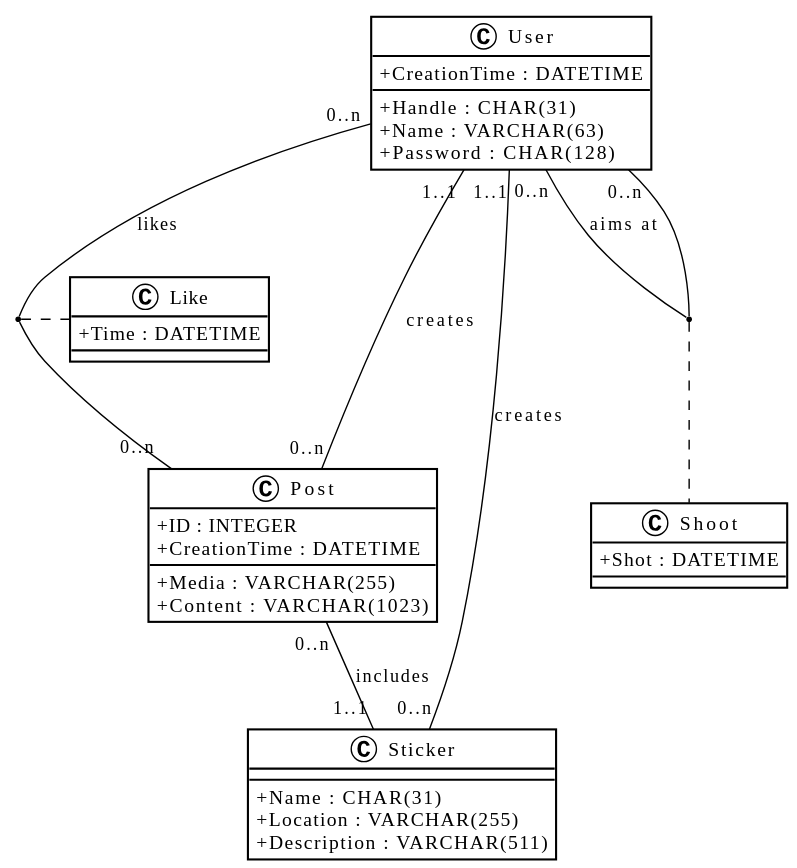
Earlier version of the PlantUML export doc/hiddlestickUML.svg (luca-baeck/Soziales-Netzwerk).
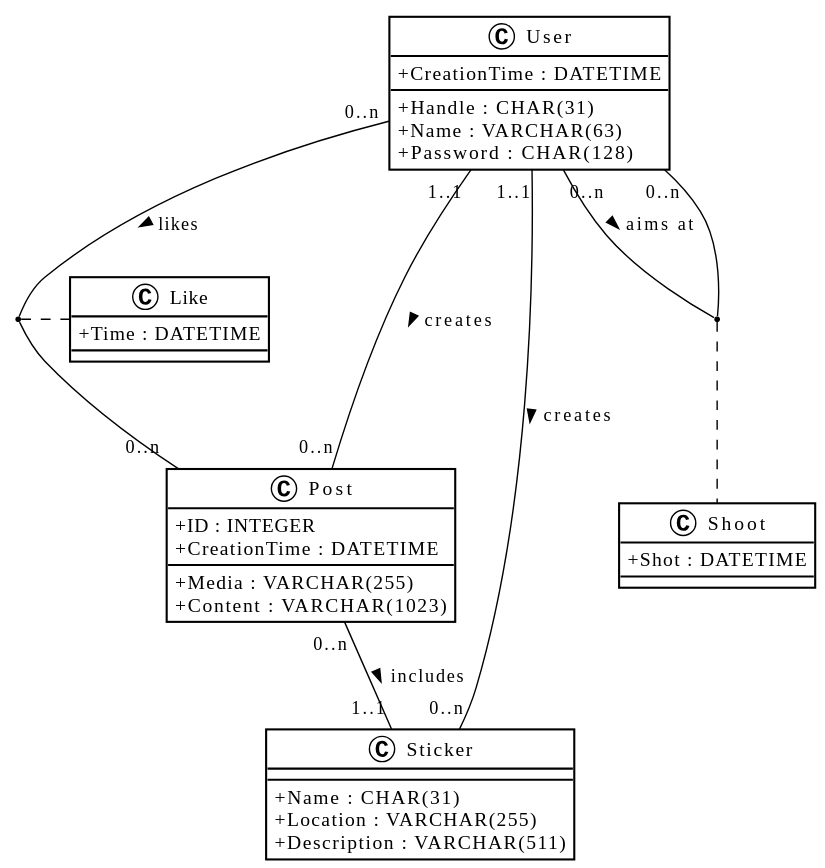
After the commit.

Commit message:
Corrected UML-Diagram

What changed in the source:
```diff
@@ -22,12 +22,12 @@
     + Description : VARCHAR(511)
 }
 
-User "0..n" -- "0..n" User : aims at
+User "0..n" -- "0..n" User : aims at >
 (User, User) . Shoot
-User "1..1" -- "0..n" Post : creates
-User "1..1" -- "0..n" Sticker : creates
-Post "0..n" -- "1..1" Sticker : includes
-User "0..n" -- "0..n" Post : likes
+User "1..1" -- "0..n" Post : creates >
+User "1..1" -- "0..n" Sticker : creates >
+Post "0..n" -- "1..1" Sticker : includes >
+User "0..n" -- "0..n" Post : likes >
 (User, Post) . Like
 
 class Shoot{
```
